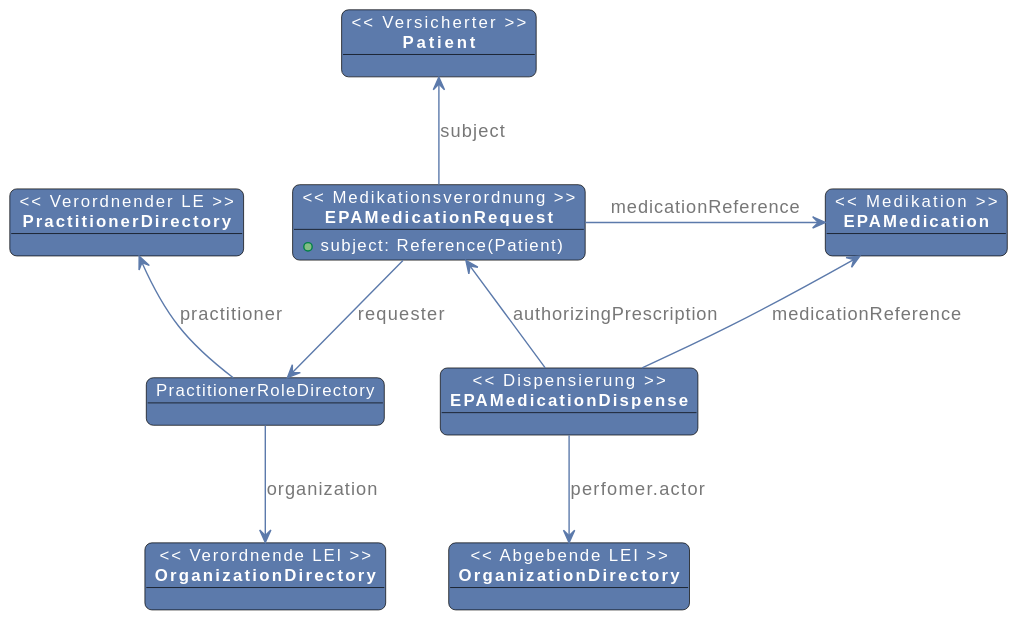
The PlantUML diagram images/plantuml/medication.fhir.model.svg in gematik/ePA-Medication, before a commit.
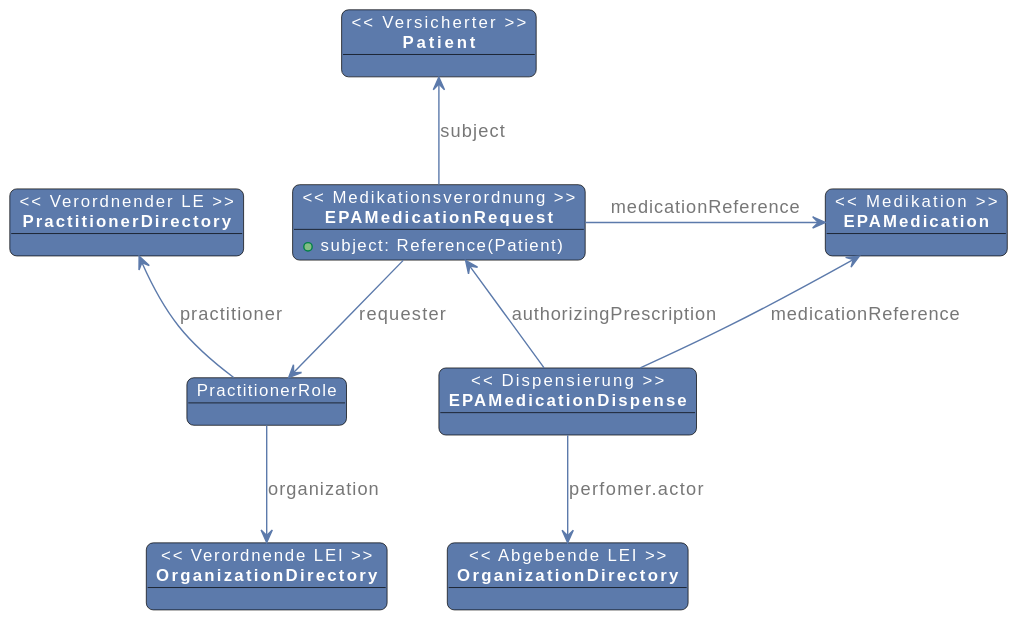
Later version of the same file.

What changed in the source:
```diff
@@ -12,20 +12,16 @@
 }
 
 
-object "<< Versicherter >>\n**Patient**" as Patient {
-}
+object "<< Versicherter >>\n**Patient**" as Patient
 object "<< Verordnender LE >>\n**PractitionerDirectory**" as PrescribingPractitioner
 object "<< Verordnende LEI >>\n**OrganizationDirectory**" as PrescribingOrganization
 object "<< Abgebende LEI >>\n**OrganizationDirectory**" as DispenserOrganization
-object "PractitionerRoleDirectory" as PractionerRole
-
+object "PractitionerRole" as PractionerRole
 object "<< Medikation >>\n**EPAMedication**" as Medication
 object "<< Medikationsverordnung >>\n**EPAMedicationRequest**" as MedicationRequest {
     + subject: Reference(Patient)
 }
-
-object "<< Dispensierung >>\n**EPAMedicationDispense**" as MedicationDispense {
-}
+object "<< Dispensierung >>\n**EPAMedicationDispense**" as MedicationDispense
 
 
 MedicationRequest -u->  Patient : subject
```
